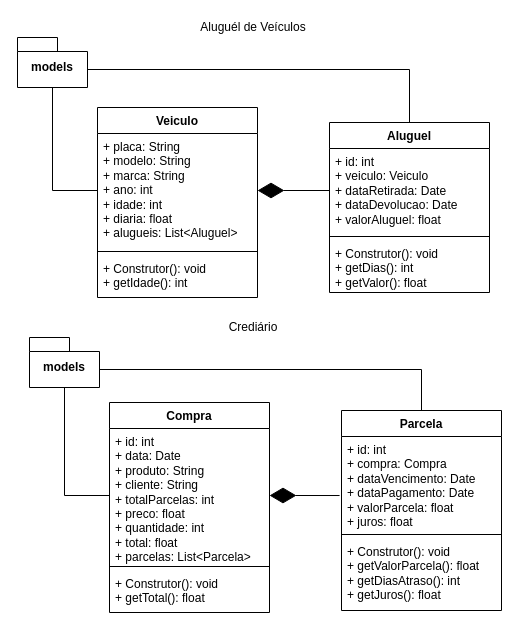
The draw.io diagram 2des/01-pwbe/aula15/atividades-patterns.drawio in Kcioban/DSFork, before the edit. Source tidied: cells renumbered, new cells numbered last; positions are measured from the earlier drawing's top-left corner, leaving out a move shared by most shapes. Both pictures are drawn from the tidied source at 100%, with x=0, y=0 at pixel (17, 17).
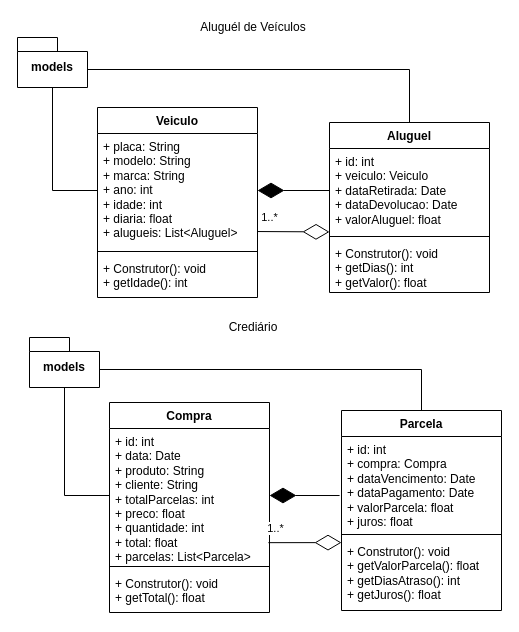
Above is the later version.

The change refers to these unchanged cells:
```xml
<mxCell id="7" value="+ placa: String&lt;br&gt;+ modelo: String&lt;br&gt;+ marca: String&lt;br&gt;+ ano: int&lt;br&gt;+ idade: int&lt;br&gt;+ diaria: float&lt;br&gt;+ alugueis: List&amp;lt;Aluguel&amp;gt;" style="text;strokeColor=none;fillColor=none;align=left;verticalAlign=top;spacingLeft=4;spacingRight=4;overflow=hidden;points=[[0,0.5],[1,0.5]];portConstraint=eastwest;whiteSpace=wrap;html=1;" parent="6" vertex="1">
  <mxGeometry y="26" width="160" height="114" as="geometry" />
</mxCell>
<mxCell id="11" value="+ id: int&lt;br&gt;+ veiculo: Veiculo&lt;br&gt;+ dataRetirada: Date&lt;br&gt;+ dataDevolucao: Date&lt;br&gt;+ valorAluguel: float" style="text;strokeColor=none;fillColor=none;align=left;verticalAlign=top;spacingLeft=4;spacingRight=4;overflow=hidden;points=[[0,0.5],[1,0.5]];portConstraint=eastwest;whiteSpace=wrap;html=1;" parent="10" vertex="1">
  <mxGeometry y="26" width="160" height="84" as="geometry" />
</mxCell>
<mxCell id="20" value="+ id: int&lt;br&gt;+ data: Date&lt;br&gt;+ produto: String&lt;br&gt;+ cliente: String&lt;br&gt;+ totalParcelas: int&lt;br&gt;+ preco: float&lt;br&gt;+ quantidade: int&lt;br&gt;+ total: float&lt;br&gt;+ parcelas: List&amp;lt;Parcela&amp;gt;" style="text;strokeColor=none;fillColor=none;align=left;verticalAlign=top;spacingLeft=4;spacingRight=4;overflow=hidden;points=[[0,0.5],[1,0.5]];portConstraint=eastwest;whiteSpace=wrap;html=1;" parent="19" vertex="1">
  <mxGeometry y="26" width="160" height="134" as="geometry" />
</mxCell>
<mxCell id="26" value="+ Construtor(): void&lt;br&gt;+ getValorParcela(): float&lt;br&gt;+ getDiasAtraso(): int&lt;br&gt;+ getJuros(): float" style="text;strokeColor=none;fillColor=none;align=left;verticalAlign=top;spacingLeft=4;spacingRight=4;overflow=hidden;points=[[0,0.5],[1,0.5]];portConstraint=eastwest;whiteSpace=wrap;html=1;" parent="23" vertex="1">
  <mxGeometry y="128" width="160" height="72" as="geometry" />
</mxCell>
```

The edit, as a diff of the source:
```diff
@@
+    <mxCell id="28" value="1..*" style="endArrow=diamondThin;endFill=0;endSize=24;html=1;rounded=0;exitX=0.993;exitY=0.852;exitDx=0;exitDy=0;exitPerimeter=0;entryX=0;entryY=0.057;entryDx=0;entryDy=0;entryPerimeter=0;" parent="1" edge="1" source="20" target="26">
+      <mxGeometry x="-0.81" y="14" relative="1" as="geometry" />
+    </mxCell>
+    <mxCell id="29" value="1..*" style="endArrow=diamondThin;endFill=0;endSize=24;html=1;rounded=0;entryX=0;entryY=0.993;entryDx=0;entryDy=0;entryPerimeter=0;exitX=1;exitY=0.86;exitDx=0;exitDy=0;exitPerimeter=0;" parent="1" edge="1" source="7" target="11">
+      <mxGeometry x="-0.67" y="14" relative="1" as="geometry" />
+    </mxCell>
```
